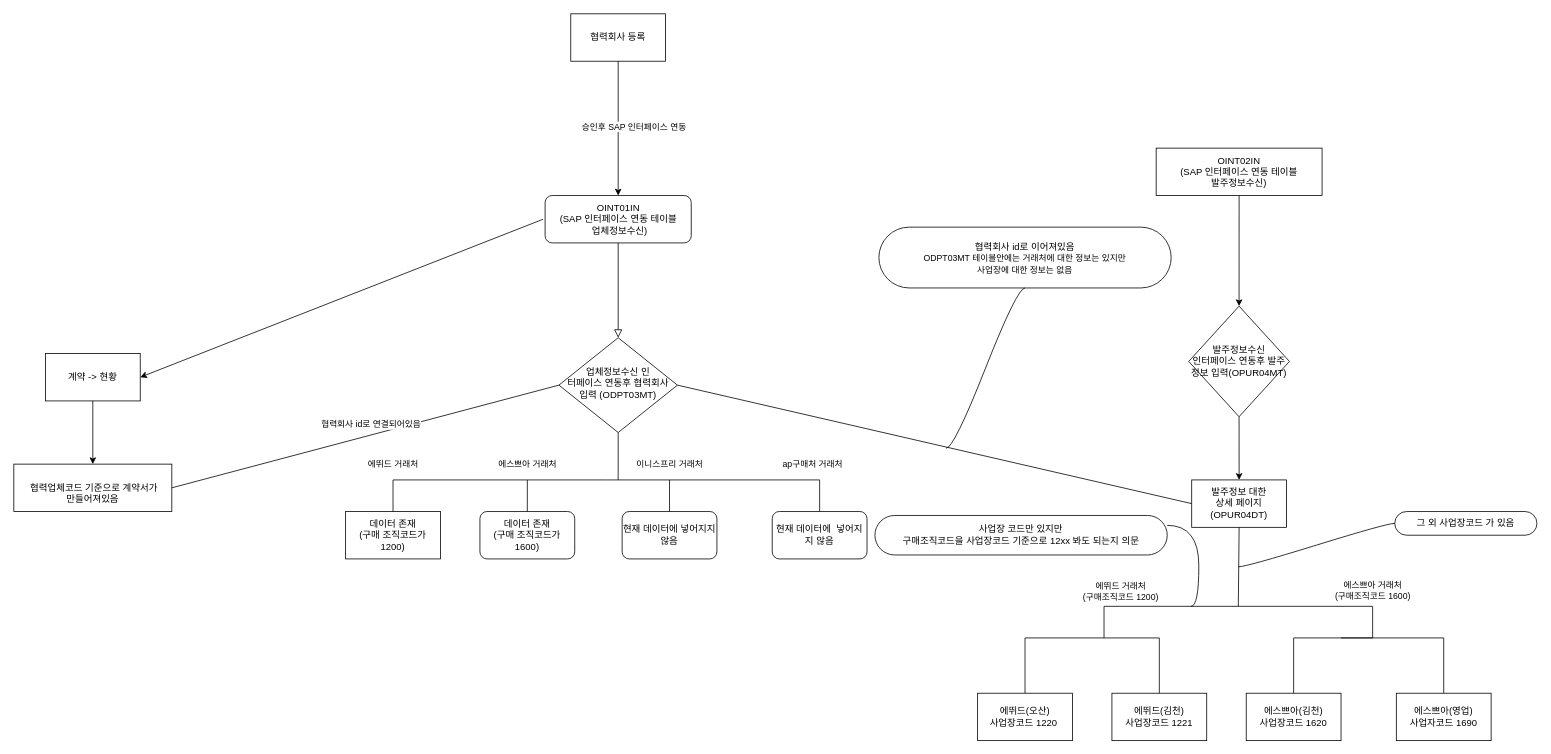
This is 제목 없는 다이어그램.drawio from jeahuck/yang, a draw.io file, before an edit. Source tidied: cells renumbered, new cells numbered last; positions are measured from the earlier drawing's top-left corner, leaving out a move shared by most shapes. Both pictures are drawn from the tidied source at 79%, with x=0, y=0 at pixel (13, 13).
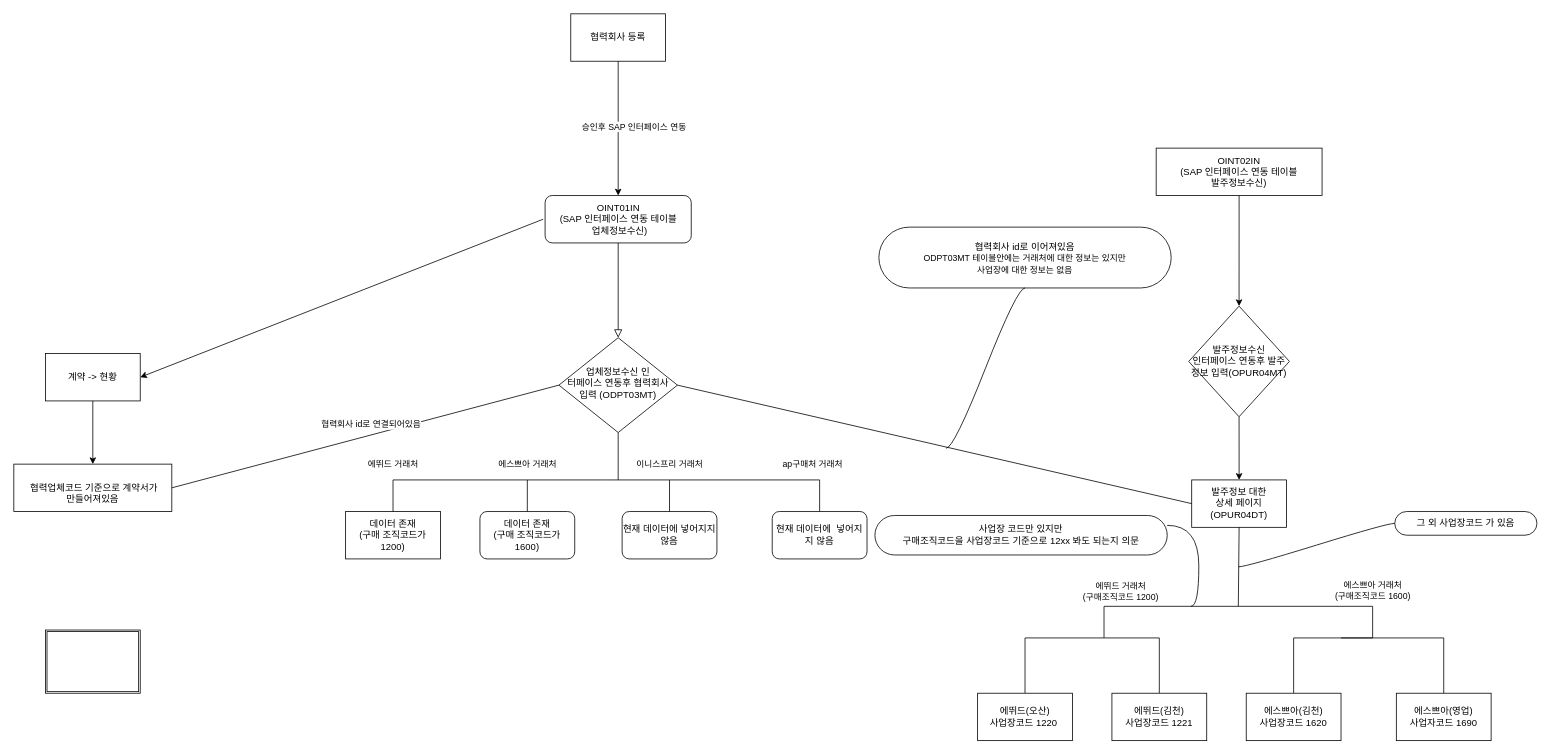
After the change.

Commit message:
제목 없는 다이어그램.drawio 업데이트

The edit, as a diff of the source:
```diff
@@
+    <mxCell id="43" style="shape=ext;double=1;rounded=0;whiteSpace=wrap;html=1;" parent="1" vertex="1">
+      <mxGeometry x="40" y="780" width="120" height="80" as="geometry" />
+    </mxCell>
```
